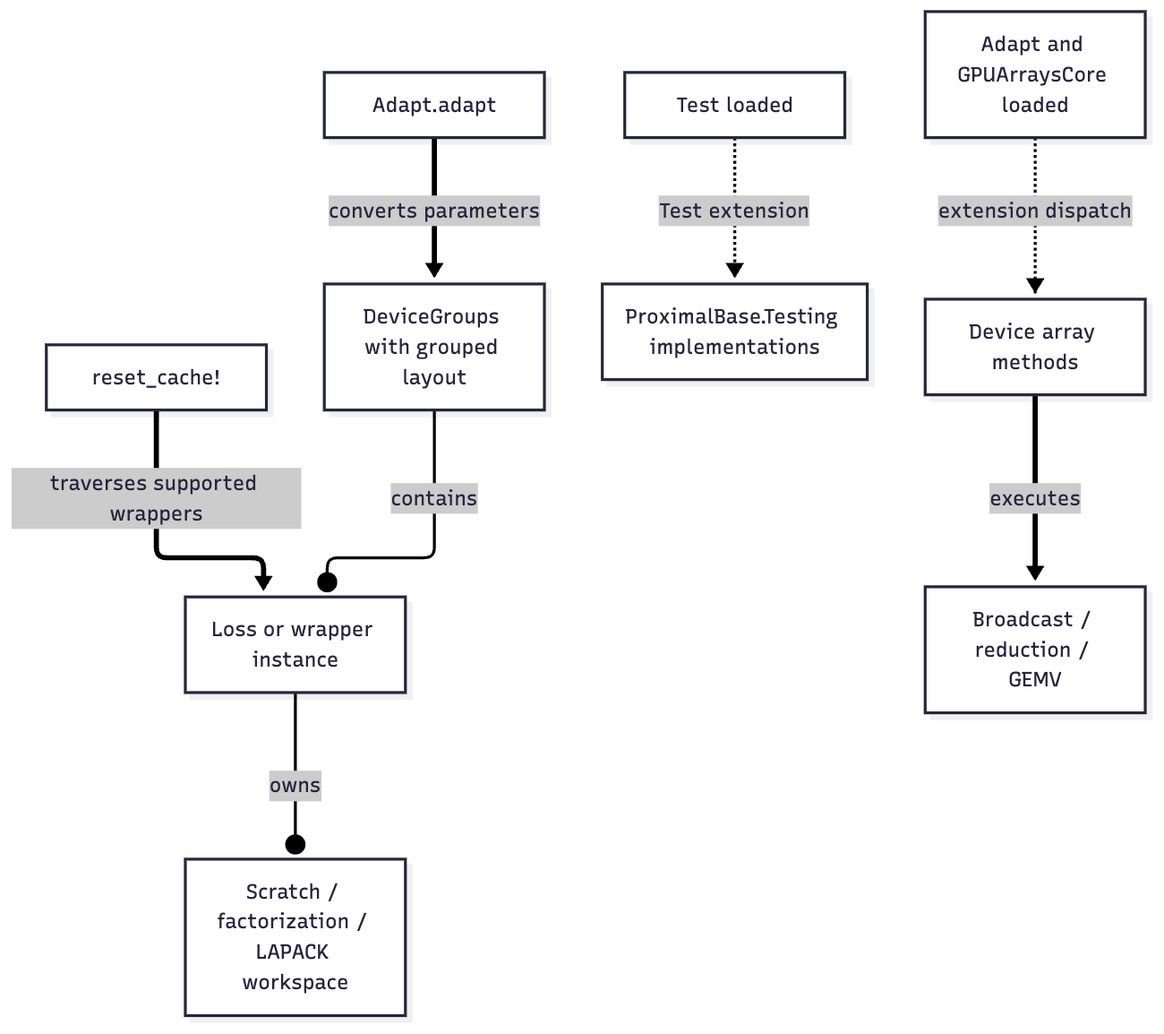
Above: docs/audit/release-0.5.4/architecture/rendered/06-state-device.png in mlakolar/ProximalBase.jl (Mermaid), before the change. Its source is kept beside it as docs/audit/release-0.5.4/architecture/06-state-device.mmd. Its diagram source:
```mermaid
flowchart TD
  F["Loss or wrapper instance"] --o|owns| WS["Scratch / factorization / LAPACK workspace"]
  RC["reset_cache!"] ==>|traverses supported wrappers| F
  EX["Adapt and GPUArraysCore loaded"] -.->|extension dispatch| GPU["Device array methods"]
  AD["Adapt.adapt"] ==>|converts parameters| DG["DeviceGroups with grouped layout"]
  GPU ==>|executes| K["Broadcast / reduction / GEMV"]
  DG --o|contains| F
  TE["Test loaded"] -.->|Test extension| TEST["ProximalBase.Testing implementations"]
```
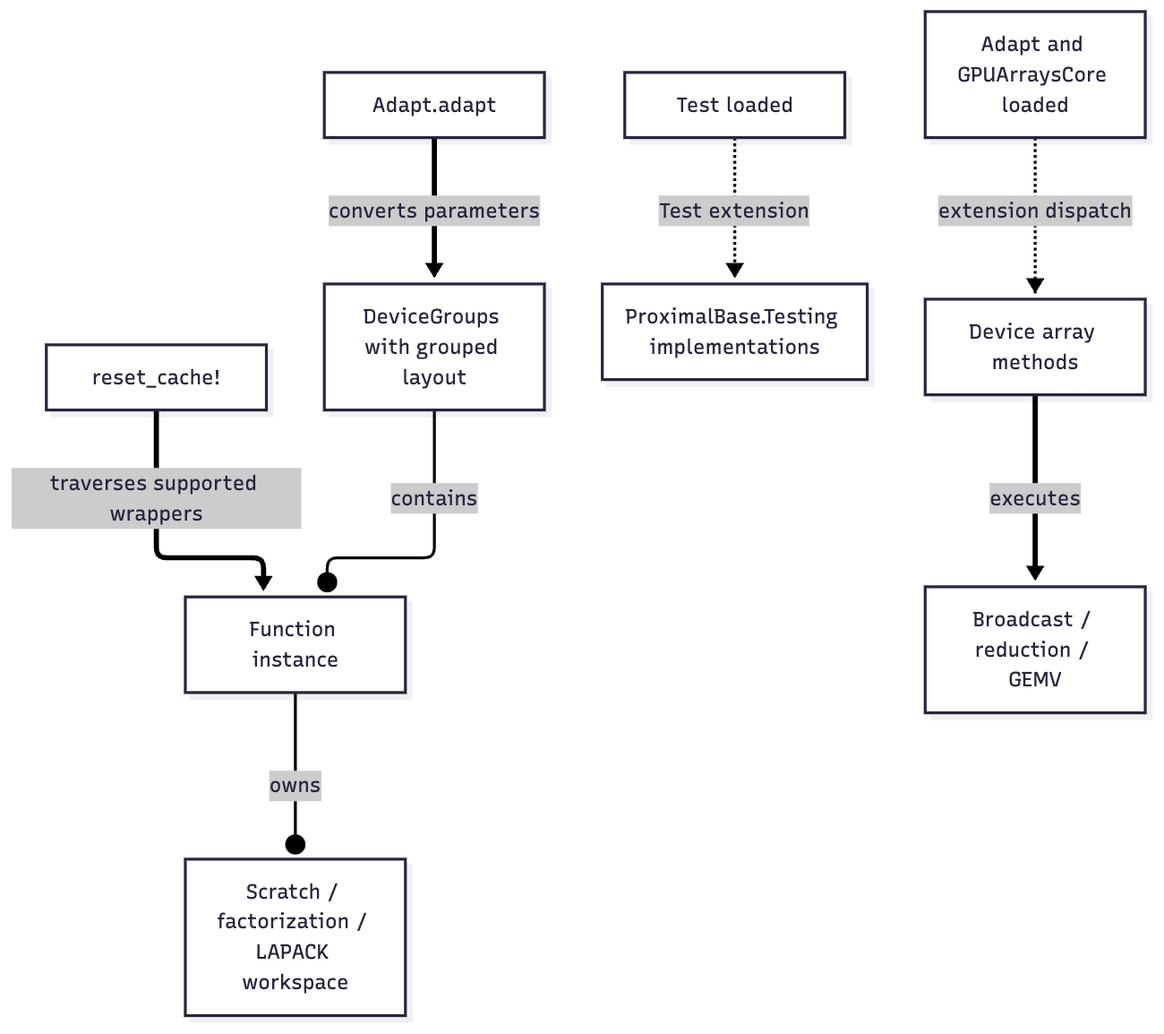
Later version of the same file.

Commit message:
Clarify scalar dispatch and device wrapper diagram labels

Diff of the diagram source:
```diff
@@ -1,5 +1,5 @@
 flowchart TD
-  F["Loss or wrapper instance"] --o|owns| WS["Scratch / factorization / LAPACK workspace"]
+  F["Function instance"] --o|owns| WS["Scratch / factorization / LAPACK workspace"]
   RC["reset_cache!"] ==>|traverses supported wrappers| F
   EX["Adapt and GPUArraysCore loaded"] -.->|extension dispatch| GPU["Device array methods"]
   AD["Adapt.adapt"] ==>|converts parameters| DG["DeviceGroups with grouped layout"]
```
